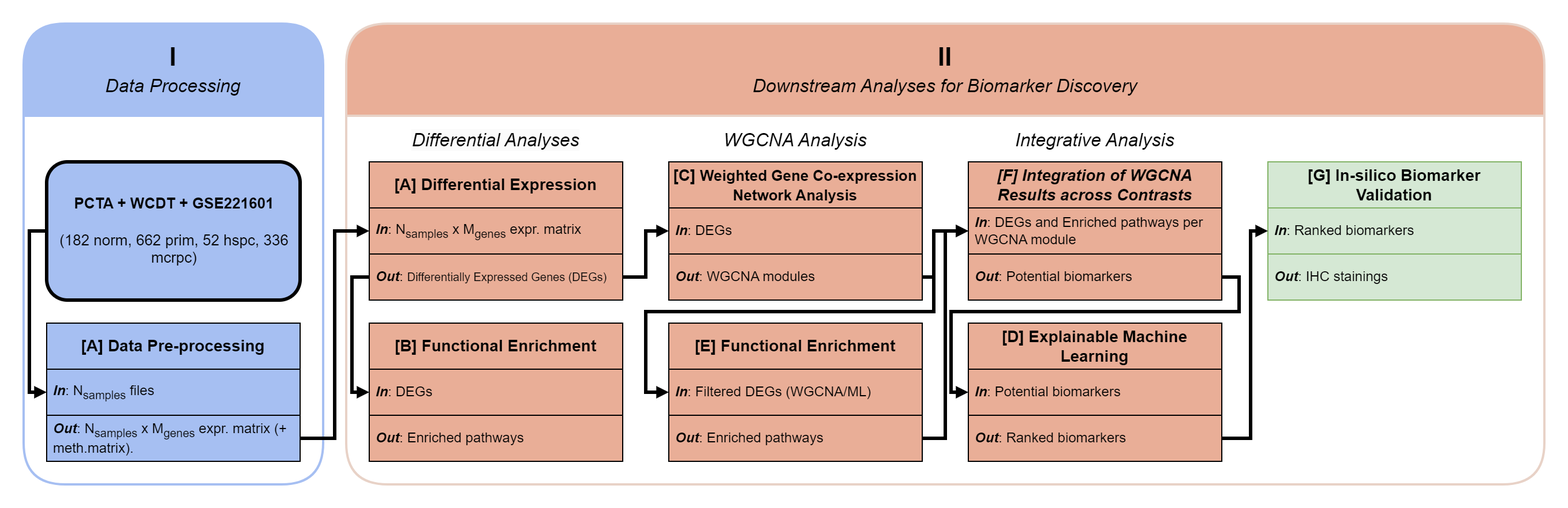
This is docs/1_workflow.png from CarlosUziel/pca_wgcna_ml, a draw.io export, as it was before one commit. Source tidied: cells renumbered, new cells last; positions are measured from the earlier drawing's top-left corner, leaving out a move shared by most shapes.
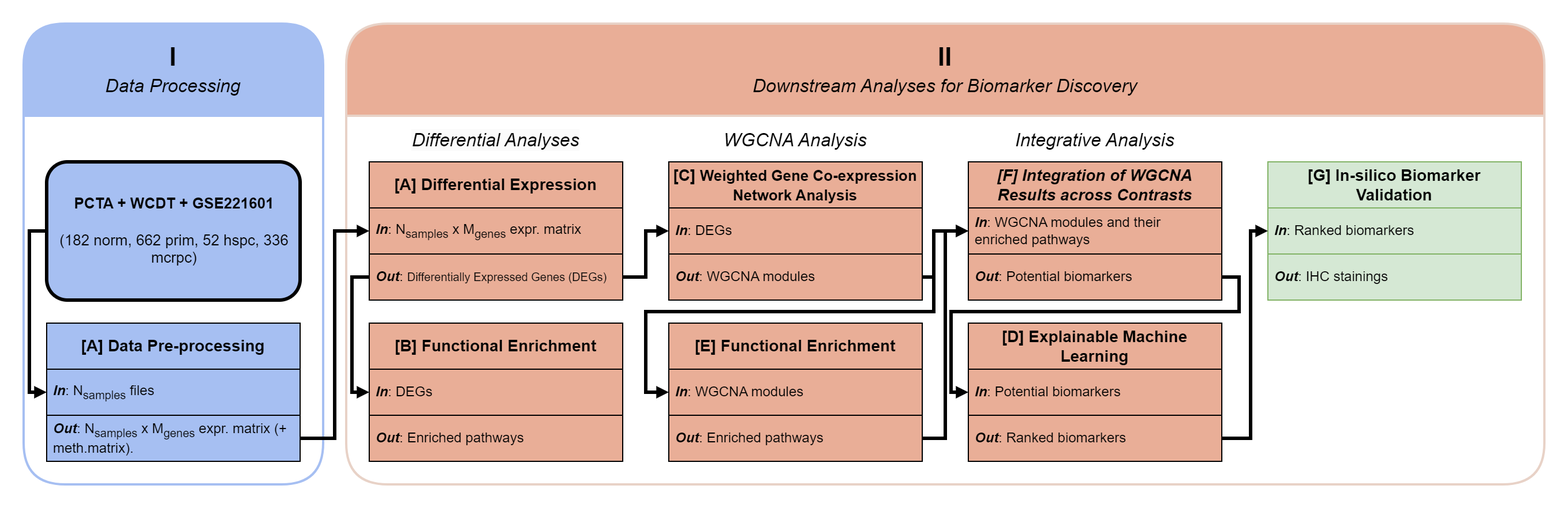
Later version of the same file.

Commit message:
Update workflow figure.

Change to the diagram source:
```diff
@@ -80,7 +80,7 @@
     <mxCell id="24" value="&lt;div style=&quot;border-color: var(--border-color); font-size: 14px;&quot;&gt;&lt;div style=&quot;border-color: var(--border-color); font-size: 12px;&quot;&gt;&lt;div style=&quot;border-color: var(--border-color); font-size: 14px;&quot;&gt;&lt;b&gt;[E]&amp;nbsp;&lt;/b&gt;&lt;b style=&quot;background-color: initial; border-color: var(--border-color);&quot;&gt;Functional Enrichment&lt;/b&gt;&lt;br&gt;&lt;/div&gt;&lt;/div&gt;&lt;/div&gt;" style="swimlane;fontStyle=0;horizontal=1;startSize=40;whiteSpace=wrap;html=1;fontSize=12;strokeColor=#000000;fillColor=#E9AE97;" parent="11" vertex="1">
       <mxGeometry x="280" y="260" width="220" height="120" as="geometry" />
     </mxCell>
-    <mxCell id="25" value="&lt;i&gt;&lt;b&gt;In&lt;/b&gt;&lt;/i&gt;: Filtered DEGs (WGCNA/ML)" style="text;strokeColor=default;fillColor=#E9AE97;align=left;verticalAlign=middle;spacingLeft=4;spacingRight=4;overflow=hidden;points=[[0,0.5],[1,0.5]];portConstraint=eastwest;whiteSpace=wrap;html=1;fontSize=12;gradientColor=none;" parent="24" vertex="1">
+    <mxCell id="25" value="&lt;i&gt;&lt;b&gt;In&lt;/b&gt;&lt;/i&gt;: WGCNA modules" style="text;strokeColor=default;fillColor=#E9AE97;align=left;verticalAlign=middle;spacingLeft=4;spacingRight=4;overflow=hidden;points=[[0,0.5],[1,0.5]];portConstraint=eastwest;whiteSpace=wrap;html=1;fontSize=12;gradientColor=none;" parent="24" vertex="1">
       <mxGeometry y="40" width="220" height="40" as="geometry" />
     </mxCell>
     <mxCell id="26" value="&lt;i style=&quot;border-color: var(--border-color);&quot;&gt;&lt;b&gt;Out&lt;/b&gt;&lt;/i&gt;: Enriched pathways" style="text;strokeColor=default;fillColor=#E9AE97;align=left;verticalAlign=middle;spacingLeft=4;spacingRight=4;overflow=hidden;points=[[0,0.5],[1,0.5]];portConstraint=eastwest;whiteSpace=wrap;html=1;fontSize=12;" parent="24" vertex="1">
@@ -89,7 +89,7 @@
     <mxCell id="27" value="&lt;div style=&quot;border-color: var(--border-color); font-size: 14px;&quot;&gt;&lt;div style=&quot;border-color: var(--border-color); font-size: 12px;&quot;&gt;&lt;div style=&quot;border-color: var(--border-color); font-size: 14px;&quot;&gt;&lt;b&gt;&lt;i&gt;[F] Integration of WGCNA Results across Contrasts&lt;/i&gt;&lt;/b&gt;&lt;/div&gt;&lt;/div&gt;&lt;/div&gt;" style="swimlane;fontStyle=0;horizontal=1;startSize=40;whiteSpace=wrap;html=1;fontSize=12;strokeColor=#000000;fillColor=#E9AE97;" parent="11" vertex="1">
       <mxGeometry x="540" y="120" width="220" height="120" as="geometry" />
     </mxCell>
-    <mxCell id="28" value="&lt;i&gt;&lt;b&gt;In&lt;/b&gt;&lt;/i&gt;: DEGs and Enriched pathways per WGCNA&amp;nbsp;module" style="text;strokeColor=#000000;fillColor=#E9AE97;align=left;verticalAlign=middle;spacingLeft=4;spacingRight=4;overflow=hidden;points=[[0,0.5],[1,0.5]];portConstraint=eastwest;whiteSpace=wrap;html=1;fontSize=12;" parent="27" vertex="1">
+    <mxCell id="28" value="&lt;i&gt;&lt;b&gt;In&lt;/b&gt;&lt;/i&gt;: WGCNA&amp;nbsp;modules and their enriched pathways" style="text;strokeColor=#000000;fillColor=#E9AE97;align=left;verticalAlign=middle;spacingLeft=4;spacingRight=4;overflow=hidden;points=[[0,0.5],[1,0.5]];portConstraint=eastwest;whiteSpace=wrap;html=1;fontSize=12;" parent="27" vertex="1">
       <mxGeometry y="40" width="220" height="40" as="geometry" />
     </mxCell>
     <mxCell id="29" value="&lt;i style=&quot;border-color: var(--border-color);&quot;&gt;&lt;b&gt;Out&lt;/b&gt;&lt;/i&gt;: Potential biomarkers" style="text;strokeColor=#000000;fillColor=#E9AE97;align=left;verticalAlign=middle;spacingLeft=4;spacingRight=4;overflow=hidden;points=[[0,0.5],[1,0.5]];portConstraint=eastwest;whiteSpace=wrap;html=1;fontSize=12;" parent="27" vertex="1">
```
